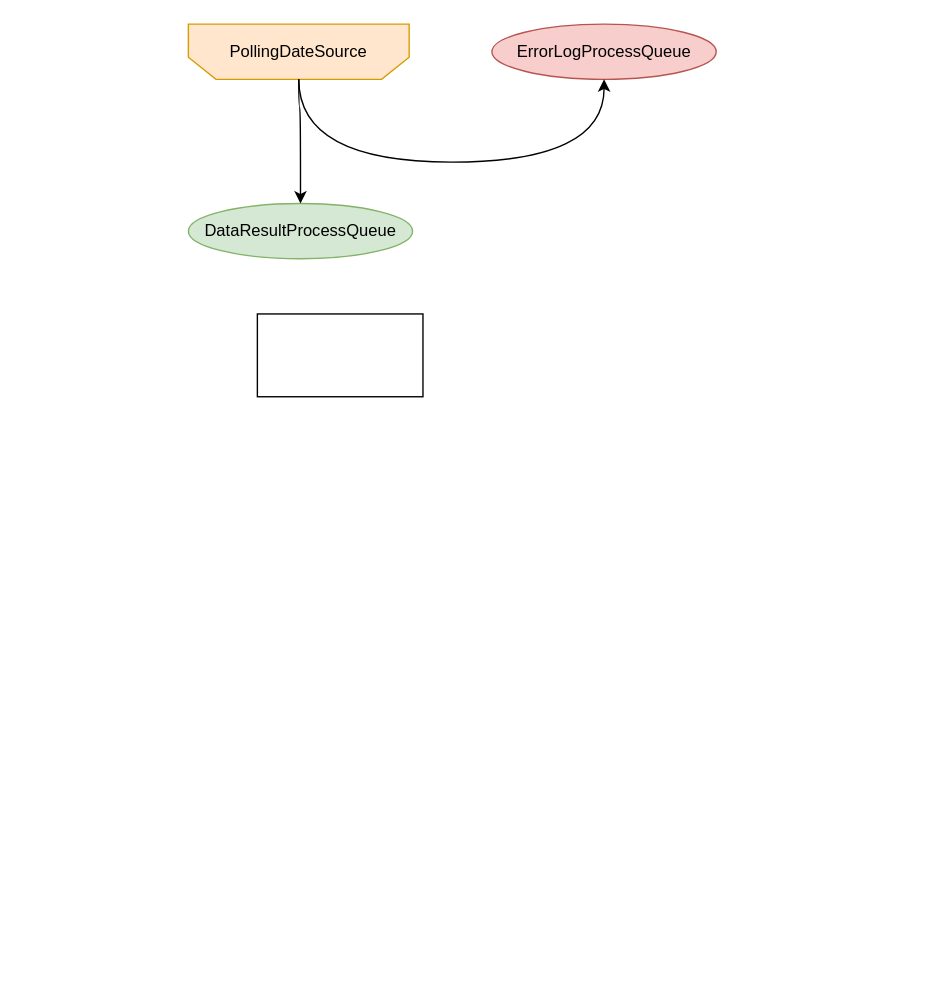
The draw.io diagram page "Page-4" (4 of 4) of NFR_Reliability.drawio in thrivikramarajarao/easy_test_domain, before the edit. Source tidied: cells renumbered, new cells numbered last; positions are measured from the earlier drawing's top-left corner, leaving out a move shared by most shapes. Both pictures are drawn from the tidied source at 138%, with x=0, y=0 at pixel (188, 23).
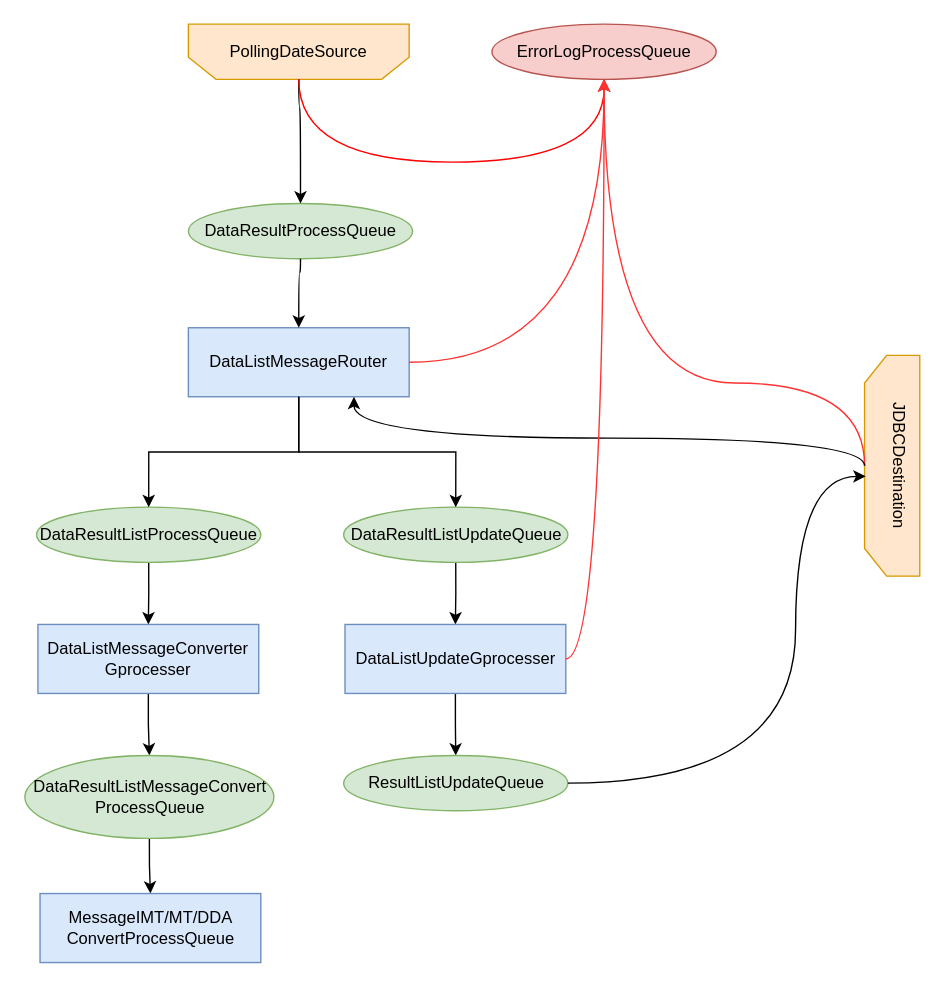
Above is the later version.

The change refers to these unchanged cells:
```xml
<mxCell id="2" value="DataResultProcessQueue" style="ellipse;whiteSpace=wrap;html=1;fontSize=12;fillColor=#d5e8d4;strokeColor=#82b366;" parent="1" vertex="1">
  <mxGeometry y="130" width="162.5" height="40" as="geometry" />
</mxCell>
<mxCell id="6" value="ErrorLogProcessQueue" style="ellipse;whiteSpace=wrap;html=1;fontSize=12;fillColor=#f8cecc;strokeColor=#b85450;" parent="1" vertex="1">
  <mxGeometry x="220" width="162.5" height="40" as="geometry" />
</mxCell>
```

Diff of the diagram source:
```diff
@@
-    <mxCell id="7" style="curved=1;endArrow=classic;html=1;rounded=0;fontSize=12;edgeStyle=orthogonalEdgeStyle;entryX=0.5;entryY=1;entryDx=0;entryDy=0;" parent="1" edge="1" target="6">
+    <mxCell id="7" style="curved=1;endArrow=classic;html=1;rounded=0;fontSize=12;edgeStyle=orthogonalEdgeStyle;entryX=0.5;entryY=1;entryDx=0;entryDy=0;strokeColor=#FF0000;" parent="1" edge="1" target="6">
       <mxGeometry relative="1" as="geometry">
         <mxPoint x="80" y="40" as="sourcePoint" />
         <Array as="points">
           <mxPoint x="80" y="100" />
           <mxPoint x="301" y="100" />
         </Array>
       </mxGeometry>
     </mxCell>
-    <mxCell id="8" style="rounded=0;whiteSpace=wrap;html=1;fontSize=12;" parent="1" vertex="1">
-      <mxGeometry x="50" y="210" width="120" height="60" as="geometry" />
+    <mxCell id="8" value="DataListMessageRouter" style="rounded=0;whiteSpace=wrap;html=1;fontSize=12;fillColor=#dae8fc;strokeColor=#6c8ebf;" parent="1" vertex="1">
+      <mxGeometry y="220" width="160" height="50" as="geometry" />
     </mxCell>
+    <mxCell id="9" style="curved=1;endArrow=classic;html=1;rounded=0;fontSize=12;edgeStyle=orthogonalEdgeStyle;entryX=0.5;entryY=0;entryDx=0;entryDy=0;exitX=0.5;exitY=1;exitDx=0;exitDy=0;" parent="1" edge="1" source="2" target="8">
+      <mxGeometry relative="1" as="geometry">
+        <Array as="points">
+          <mxPoint x="81" y="180" />
+          <mxPoint x="80" y="180" />
+        </Array>
+      </mxGeometry>
+    </mxCell>
+    <mxCell id="10" style="curved=1;endArrow=classic;html=1;rounded=0;fontSize=12;edgeStyle=orthogonalEdgeStyle;entryX=0.5;entryY=1;entryDx=0;entryDy=0;exitX=1;exitY=0.5;exitDx=0;exitDy=0;strokeColor=#FF3333;" parent="1" edge="1" source="8" target="6">
+      <mxGeometry relative="1" as="geometry">
+        <Array as="points">
+          <mxPoint x="301" y="245" />
+        </Array>
+      </mxGeometry>
+    </mxCell>
+    <mxCell id="11" style="edgeStyle=orthogonalEdgeStyle;rounded=0;jettySize=auto;html=1;entryX=0.5;entryY=0;entryDx=0;entryDy=0;fontSize=12;strokeColor=#000000;" parent="1" edge="1" source="12" target="26">
+      <mxGeometry relative="1" as="geometry" />
+    </mxCell>
+    <mxCell id="12" value="DataResultListProcessQueue" style="ellipse;whiteSpace=wrap;html=1;fontSize=12;fillColor=#d5e8d4;strokeColor=#82b366;" parent="1" vertex="1">
+      <mxGeometry x="-110" y="350" width="162.5" height="40" as="geometry" />
+    </mxCell>
+    <mxCell id="13" style="edgeStyle=orthogonalEdgeStyle;rounded=0;jettySize=auto;html=1;fontSize=12;strokeColor=#000000;" parent="1" edge="1" source="14" target="18">
+      <mxGeometry relative="1" as="geometry" />
+    </mxCell>
+    <mxCell id="14" value="DataResultListUpdateQueue" style="ellipse;whiteSpace=wrap;html=1;fontSize=12;fillColor=#d5e8d4;strokeColor=#82b366;" parent="1" vertex="1">
+      <mxGeometry x="112.5" y="350" width="162.5" height="40" as="geometry" />
+    </mxCell>
+    <mxCell id="15" style="endArrow=classic;html=1;rounded=0;fontSize=12;strokeColor=#000000;edgeStyle=orthogonalEdgeStyle;entryX=0.5;entryY=0;entryDx=0;entryDy=0;exitX=0.5;exitY=1;exitDx=0;exitDy=0;" parent="1" edge="1" source="8" target="12">
+      <mxGeometry relative="1" as="geometry" />
+    </mxCell>
+    <mxCell id="16" style="endArrow=classic;html=1;rounded=0;fontSize=12;strokeColor=#000000;edgeStyle=orthogonalEdgeStyle;entryX=0.5;entryY=0;entryDx=0;entryDy=0;" parent="1" edge="1" target="14">
+      <mxGeometry relative="1" as="geometry">
+        <mxPoint x="80" y="270" as="sourcePoint" />
+        <Array as="points">
+          <mxPoint x="80" y="310" />
+          <mxPoint x="194" y="310" />
+        </Array>
+      </mxGeometry>
+    </mxCell>
+    <mxCell id="17" style="edgeStyle=orthogonalEdgeStyle;rounded=0;jettySize=auto;html=1;fontSize=12;strokeColor=#000000;" parent="1" edge="1" source="18" target="21">
+      <mxGeometry relative="1" as="geometry" />
+    </mxCell>
+    <mxCell id="18" value="DataListUpdateGprocesser" style="rounded=0;whiteSpace=wrap;html=1;fontSize=12;fillColor=#dae8fc;strokeColor=#6c8ebf;" parent="1" vertex="1">
+      <mxGeometry x="113.5" y="435" width="160" height="50" as="geometry" />
+    </mxCell>
+    <mxCell id="19" style="shape=loopLimit;whiteSpace=wrap;html=1;fontSize=8;rotation=-90;fillColor=#ffe6cc;strokeColor=#d79b00;" parent="1" vertex="1">
+      <mxGeometry x="430" y="300" width="160" height="40" as="geometry" />
+    </mxCell>
+    <mxCell id="20" value="JDBCDestination" style="text;html=1;strokeColor=none;fillColor=none;align=center;verticalAlign=middle;whiteSpace=wrap;rounded=0;rotation=90;" parent="1" vertex="1">
+      <mxGeometry x="440" y="305" width="150" height="30" as="geometry" />
+    </mxCell>
+    <mxCell id="21" value="ResultListUpdateQueue" style="ellipse;whiteSpace=wrap;html=1;fontSize=12;fillColor=#d5e8d4;strokeColor=#82b366;" parent="1" vertex="1">
+      <mxGeometry x="112.5" y="530" width="162.5" height="40" as="geometry" />
+    </mxCell>
+    <mxCell id="22" style="curved=1;endArrow=classic;html=1;rounded=0;fontSize=12;strokeColor=#000000;edgeStyle=orthogonalEdgeStyle;exitX=1;exitY=0.5;exitDx=0;exitDy=0;entryX=0.452;entryY=0.02;entryDx=0;entryDy=0;entryPerimeter=0;" parent="1" edge="1" source="21" target="19">
+      <mxGeometry relative="1" as="geometry">
+        <Array as="points">
+          <mxPoint x="440" y="550" />
+          <mxPoint x="440" y="328" />
+        </Array>
+      </mxGeometry>
+    </mxCell>
+    <mxCell id="23" style="curved=1;endArrow=classic;html=1;rounded=0;fontSize=12;edgeStyle=orthogonalEdgeStyle;exitX=0.5;exitY=0;exitDx=0;exitDy=0;strokeColor=#FF3333;entryX=0.5;entryY=1;entryDx=0;entryDy=0;" parent="1" edge="1" source="19" target="6">
+      <mxGeometry relative="1" as="geometry">
+        <Array as="points">
+          <mxPoint x="490" y="260" />
+          <mxPoint x="301" y="260" />
+        </Array>
+      </mxGeometry>
+    </mxCell>
+    <mxCell id="24" style="curved=1;endArrow=classic;html=1;rounded=0;fontSize=12;strokeColor=#000000;edgeStyle=orthogonalEdgeStyle;exitX=0.5;exitY=0;exitDx=0;exitDy=0;entryX=0.75;entryY=1;entryDx=0;entryDy=0;" parent="1" edge="1" source="19" target="8">
+      <mxGeometry relative="1" as="geometry">
+        <Array as="points">
+          <mxPoint x="490" y="300" />
+          <mxPoint x="120" y="300" />
+        </Array>
+      </mxGeometry>
+    </mxCell>
+    <mxCell id="25" style="edgeStyle=orthogonalEdgeStyle;rounded=0;jettySize=auto;html=1;entryX=0.5;entryY=0;entryDx=0;entryDy=0;fontSize=12;strokeColor=#000000;" parent="1" edge="1" source="26" target="28">
+      <mxGeometry relative="1" as="geometry" />
+    </mxCell>
+    <mxCell id="26" value="DataListMessageConverter&lt;br&gt;Gprocesser" style="rounded=0;whiteSpace=wrap;html=1;fontSize=12;fillColor=#dae8fc;strokeColor=#6c8ebf;" parent="1" vertex="1">
+      <mxGeometry x="-109" y="435" width="160" height="50" as="geometry" />
+    </mxCell>
+    <mxCell id="27" style="edgeStyle=orthogonalEdgeStyle;rounded=0;jettySize=auto;html=1;fontSize=12;strokeColor=#000000;" parent="1" edge="1" source="28" target="29">
+      <mxGeometry relative="1" as="geometry" />
+    </mxCell>
+    <mxCell id="28" value="DataResultListMessageConvert&lt;br&gt;ProcessQueue" style="ellipse;whiteSpace=wrap;html=1;fontSize=12;fillColor=#d5e8d4;strokeColor=#82b366;" parent="1" vertex="1">
+      <mxGeometry x="-118.5" y="530" width="180.5" height="60" as="geometry" />
+    </mxCell>
+    <mxCell id="29" value="MessageIMT/MT/DDA ConvertProcessQueue" style="rounded=0;whiteSpace=wrap;html=1;fontSize=12;fillColor=#dae8fc;strokeColor=#6c8ebf;" parent="1" vertex="1">
+      <mxGeometry x="-107.5" y="630" width="160" height="50" as="geometry" />
+    </mxCell>
+    <mxCell id="30" style="curved=1;endArrow=classic;html=1;rounded=0;fontSize=12;strokeColor=#FF3333;edgeStyle=orthogonalEdgeStyle;exitX=1;exitY=0.5;exitDx=0;exitDy=0;entryX=0.5;entryY=1;entryDx=0;entryDy=0;" parent="1" edge="1" source="18" target="6">
+      <mxGeometry relative="1" as="geometry">
+        <Array as="points">
+          <mxPoint x="301" y="460" />
+        </Array>
+      </mxGeometry>
+    </mxCell>
```
